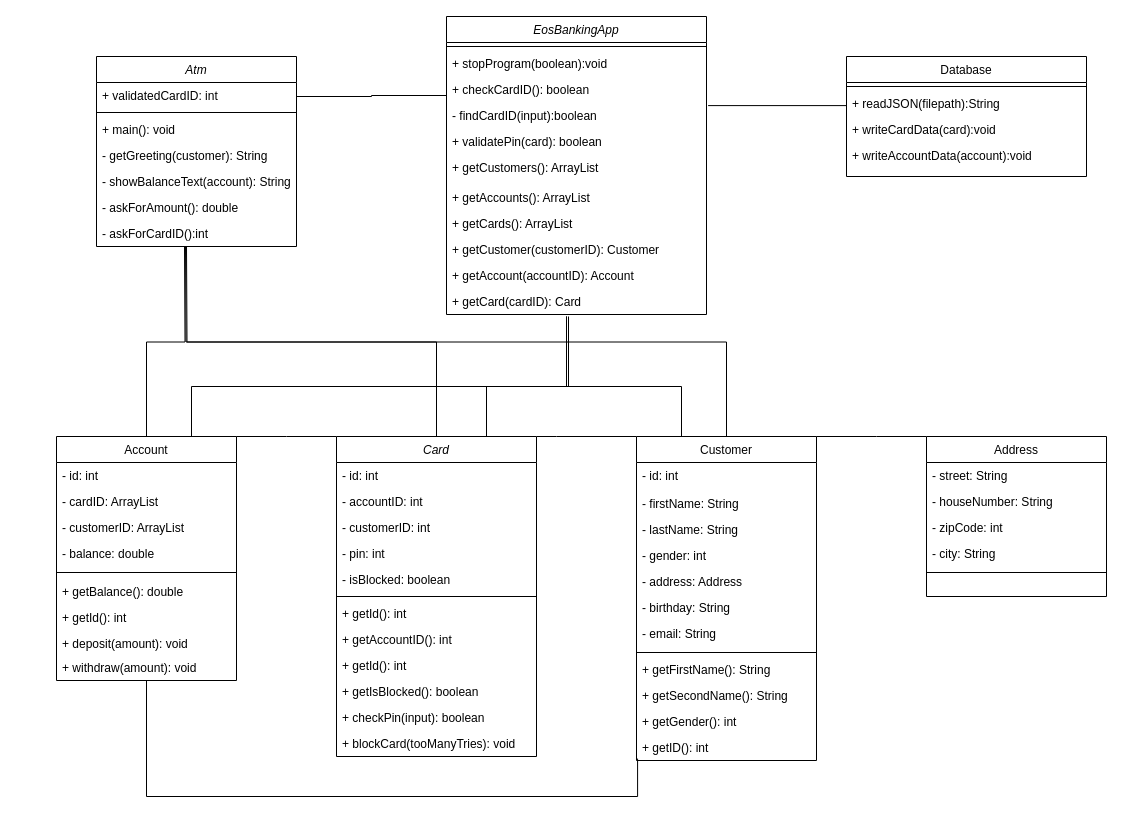
The draw.io diagram Bankautomat_Diagramm.drawio in DanielAuerX/Bankautomat, before the edit. Source tidied: cells renumbered, new cells numbered last; positions are measured from the earlier drawing's top-left corner, leaving out a move shared by most shapes. Both pictures are drawn from the tidied source at 100%, with x=0, y=0 at pixel (56, 16).
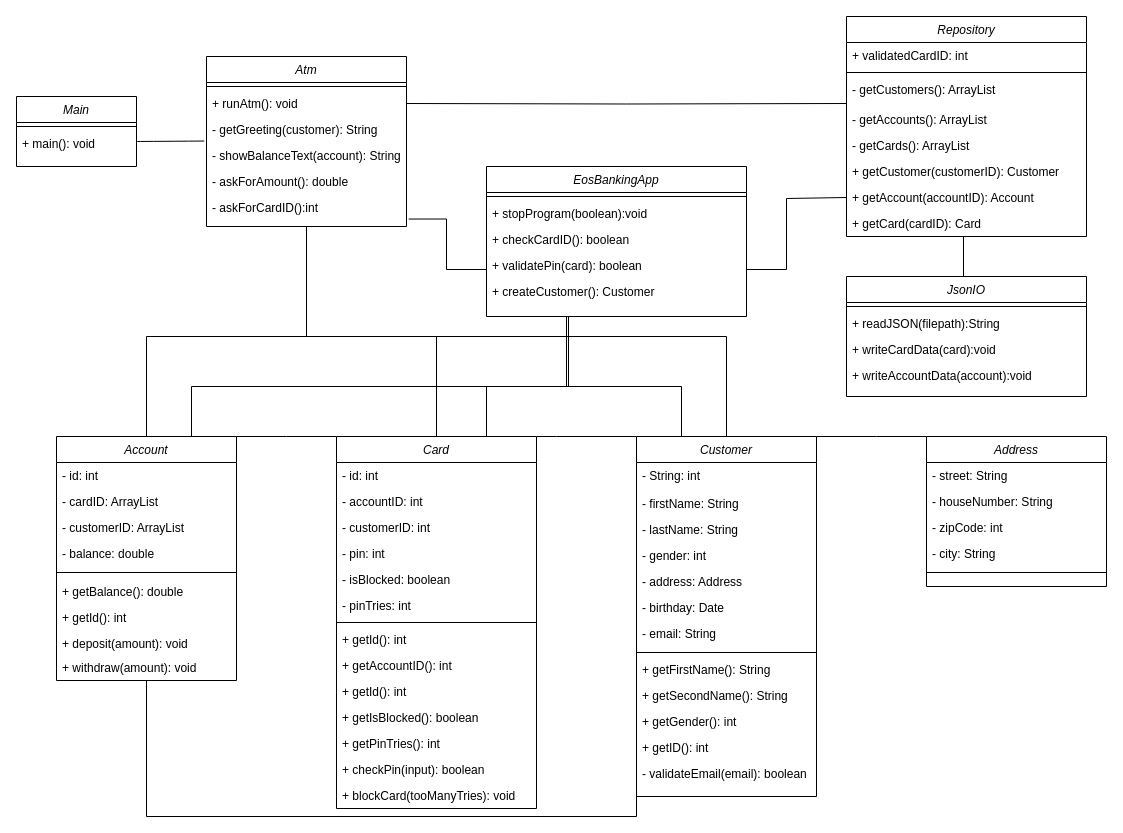
The same page after the edit.

Unchanged cells that the change refers to:
```xml
<mxCell id="5" value="+ checkCardID(): boolean" style="text;align=left;verticalAlign=top;spacingLeft=4;spacingRight=4;overflow=hidden;points=[[0,0.5],[1,0.5]];portConstraint=eastwest;" parent="2" vertex="1">
  <mxGeometry y="60" width="260" height="26" as="geometry" />
</mxCell>
<mxCell id="42" value="+ getID(): int" style="text;align=left;verticalAlign=top;spacingLeft=4;spacingRight=4;overflow=hidden;points=[[0,0.5],[1,0.5]];portConstraint=eastwest;" parent="30" vertex="1">
  <mxGeometry y="298" width="180" height="26" as="geometry" />
</mxCell>
```

Change to the diagram source:
```diff
@@
     <mxCell id="2" value="EosBankingApp" style="swimlane;fontStyle=2;align=center;verticalAlign=top;horizontal=1;startSize=26;rounded=0;shadow=0;strokeWidth=1;" parent="1" vertex="1">
-      <mxGeometry x="390" width="260" height="298" as="geometry" />
+      <mxGeometry x="430" y="150" width="260" height="150" as="geometry" />
     </mxCell>
@@
-    <mxCell id="6" value="- findCardID(input):boolean" style="text;align=left;verticalAlign=top;spacingLeft=4;spacingRight=4;overflow=hidden;" parent="2" vertex="1">
-      <mxGeometry y="86" width="260" height="26" as="geometry" />
-    </mxCell>
     <mxCell id="7" value="+ validatePin(card): boolean" style="text;align=left;verticalAlign=top;spacingLeft=4;spacingRight=4;overflow=hidden;" parent="2" vertex="1">
-      <mxGeometry y="112" width="260" height="26" as="geometry" />
+      <mxGeometry y="86" width="260" height="26" as="geometry" />
     </mxCell>
-    <mxCell id="8" value="+ getCustomers(): ArrayList" style="text;align=left;verticalAlign=top;spacingLeft=4;spacingRight=4;overflow=hidden;" parent="2" vertex="1">
-      <mxGeometry y="138" width="260" height="30" as="geometry" />
-    </mxCell>
-    <mxCell id="9" value="+ getAccounts(): ArrayList" style="text;align=left;verticalAlign=top;spacingLeft=4;spacingRight=4;overflow=hidden;" parent="2" vertex="1">
-      <mxGeometry y="168" width="260" height="26" as="geometry" />
-    </mxCell>
-    <mxCell id="10" value="+ getCards(): ArrayList" style="text;align=left;verticalAlign=top;spacingLeft=4;spacingRight=4;overflow=hidden;" parent="2" vertex="1">
-      <mxGeometry y="194" width="260" height="26" as="geometry" />
-    </mxCell>
-    <mxCell id="11" value="+ getCustomer(customerID): Customer" style="text;align=left;verticalAlign=top;spacingLeft=4;spacingRight=4;overflow=hidden;" parent="2" vertex="1">
-      <mxGeometry y="220" width="260" height="26" as="geometry" />
-    </mxCell>
-    <mxCell id="12" value="+ getAccount(accountID): Account" style="text;align=left;verticalAlign=top;spacingLeft=4;spacingRight=4;overflow=hidden;points=[[0,0.5],[1,0.5]];portConstraint=eastwest;" parent="2" vertex="1">
-      <mxGeometry y="246" width="260" height="26" as="geometry" />
-    </mxCell>
-    <mxCell id="13" value="+ getCard(cardID): Card" style="text;align=left;verticalAlign=top;spacingLeft=4;spacingRight=4;overflow=hidden;" parent="2" vertex="1">
-      <mxGeometry y="272" width="260" height="26" as="geometry" />
-    </mxCell>
+    <mxCell id="81" value="+ createCustomer(): Customer" style="text;align=left;verticalAlign=top;spacingLeft=4;spacingRight=4;overflow=hidden;" parent="2" vertex="1">
+      <mxGeometry y="112" width="260" height="26" as="geometry" />
+    </mxCell>
-    <mxCell id="14" style="edgeStyle=orthogonalEdgeStyle;rounded=0;jettySize=auto;html=1;entryX=0.006;entryY=0.927;entryDx=0;entryDy=0;entryPerimeter=0;endArrow=none;endFill=0;" parent="1" edge="1" source="17" target="42">
+    <mxCell id="14" style="edgeStyle=orthogonalEdgeStyle;rounded=0;jettySize=auto;html=1;endArrow=none;endFill=0;entryX=0;entryY=1.077;entryDx=0;entryDy=0;entryPerimeter=0;" parent="1" edge="1" source="17" target="82">
       <mxGeometry relative="1" as="geometry">
         <Array as="points">
-          <mxPoint x="90" y="780" />
-          <mxPoint x="581" y="780" />
+          <mxPoint x="90" y="800" />
+          <mxPoint x="580" y="800" />
         </Array>
       </mxGeometry>
     </mxCell>
-    <mxCell id="15" style="edgeStyle=orthogonalEdgeStyle;rounded=0;jettySize=auto;html=1;endArrow=none;endFill=0;" parent="1" edge="1" source="17">
+    <mxCell id="15" style="edgeStyle=orthogonalEdgeStyle;rounded=0;jettySize=auto;html=1;endArrow=none;endFill=0;entryX=0.5;entryY=1;entryDx=0;entryDy=0;" parent="1" edge="1" source="17" target="49">
       <mxGeometry relative="1" as="geometry">
-        <mxPoint x="128" y="230" as="targetPoint" />
+        <Array as="points">
+          <mxPoint x="90" y="320" />
+          <mxPoint x="250" y="320" />
+        </Array>
       </mxGeometry>
     </mxCell>
@@
-    <mxCell id="17" value="Account" style="swimlane;fontStyle=0;align=center;verticalAlign=top;horizontal=1;startSize=26;rounded=0;shadow=0;strokeWidth=1;" parent="1" vertex="1">
+    <mxCell id="17" value="Account" style="swimlane;fontStyle=2;align=center;verticalAlign=top;horizontal=1;startSize=26;rounded=0;shadow=0;strokeWidth=1;" parent="1" vertex="1">
       <mxGeometry y="420" width="180" height="244" as="geometry" />
     </mxCell>
@@
     <mxCell id="28" style="edgeStyle=orthogonalEdgeStyle;rounded=0;jettySize=auto;html=1;exitX=0.5;exitY=0;exitDx=0;exitDy=0;endArrow=none;endFill=0;" parent="1" edge="1" source="30">
       <mxGeometry relative="1" as="geometry">
-        <mxPoint x="130" y="230" as="targetPoint" />
+        <mxPoint x="250" y="210" as="targetPoint" />
+        <Array as="points">
+          <mxPoint x="670" y="320" />
+          <mxPoint x="250" y="320" />
+        </Array>
       </mxGeometry>
     </mxCell>
@@
-    <mxCell id="30" value="Customer" style="swimlane;fontStyle=0;align=center;verticalAlign=top;horizontal=1;startSize=26;rounded=0;shadow=0;strokeWidth=1;" parent="1" vertex="1">
-      <mxGeometry x="580" y="420" width="180" height="324" as="geometry" />
+    <mxCell id="30" value="Customer" style="swimlane;fontStyle=2;align=center;verticalAlign=top;horizontal=1;startSize=26;rounded=0;shadow=0;strokeWidth=1;" parent="1" vertex="1">
+      <mxGeometry x="580" y="420" width="180" height="360" as="geometry" />
     </mxCell>
-    <mxCell id="31" value="- id: int" style="text;align=left;verticalAlign=top;spacingLeft=4;spacingRight=4;overflow=hidden;" parent="30" vertex="1">
+    <mxCell id="31" value="- String: int" style="text;align=left;verticalAlign=top;spacingLeft=4;spacingRight=4;overflow=hidden;" parent="30" vertex="1">
       <mxGeometry y="26" width="180" height="28" as="geometry" />
     </mxCell>
@@
-    <mxCell id="36" value="- birthday: String" style="text;align=left;verticalAlign=top;spacingLeft=4;spacingRight=4;overflow=hidden;" parent="30" vertex="1">
+    <mxCell id="36" value="- birthday: Date" style="text;align=left;verticalAlign=top;spacingLeft=4;spacingRight=4;overflow=hidden;" parent="30" vertex="1">
       <mxGeometry y="158" width="180" height="26" as="geometry" />
     </mxCell>
@@
+    <mxCell id="82" value="- validateEmail(email): boolean" style="text;align=left;verticalAlign=top;spacingLeft=4;spacingRight=4;overflow=hidden;points=[[0,0.5],[1,0.5]];portConstraint=eastwest;" parent="30" vertex="1">
+      <mxGeometry y="324" width="180" height="26" as="geometry" />
+    </mxCell>
-    <mxCell id="43" style="edgeStyle=orthogonalEdgeStyle;rounded=0;jettySize=auto;html=1;exitX=0;exitY=0.5;exitDx=0;exitDy=0;entryX=1.006;entryY=0.89;entryDx=0;entryDy=0;entryPerimeter=0;endArrow=none;endFill=0;" parent="1" edge="1" source="46">
+    <mxCell id="43" style="edgeStyle=orthogonalEdgeStyle;rounded=0;jettySize=auto;html=1;exitX=0;exitY=0.5;exitDx=0;exitDy=0;endArrow=none;endFill=0;entryX=1;entryY=0.5;entryDx=0;entryDy=0;" parent="1" edge="1" target="52">
       <mxGeometry relative="1" as="geometry">
-        <mxPoint x="651.6" y="89.1" as="targetPoint" />
-        <Array as="points">
-          <mxPoint x="790" y="89" />
-        </Array>
+        <mxPoint x="790" y="87" as="sourcePoint" />
       </mxGeometry>
     </mxCell>
-    <mxCell id="44" value="Database" style="swimlane;fontStyle=0;align=center;verticalAlign=top;horizontal=1;startSize=26;rounded=0;shadow=0;strokeWidth=1;" parent="1" vertex="1">
-      <mxGeometry x="790" y="40" width="240" height="120" as="geometry" />
+    <mxCell id="44" value="Repository" style="swimlane;fontStyle=2;align=center;verticalAlign=top;horizontal=1;startSize=26;rounded=0;shadow=0;strokeWidth=1;" parent="1" vertex="1">
+      <mxGeometry x="790" width="240" height="220" as="geometry" />
     </mxCell>
+    <mxCell id="50" value="+ validatedCardID: int" style="text;align=left;verticalAlign=top;spacingLeft=4;spacingRight=4;overflow=hidden;" parent="44" vertex="1">
+      <mxGeometry y="26" width="240" height="26" as="geometry" />
+    </mxCell>
     <mxCell id="45" style="line;html=1;strokeWidth=1;align=left;verticalAlign=middle;spacingTop=-1;spacingLeft=3;spacingRight=3;labelPosition=right;" parent="44" vertex="1">
-      <mxGeometry y="26" width="240" height="8" as="geometry" />
+      <mxGeometry y="52" width="240" height="8" as="geometry" />
     </mxCell>
-    <mxCell id="46" value="+ readJSON(filepath):String" style="text;align=left;verticalAlign=top;spacingLeft=4;spacingRight=4;overflow=hidden;points=[[0,0.5],[1,0.5]];portConstraint=eastwest;" parent="44" vertex="1">
-      <mxGeometry y="34" width="240" height="26" as="geometry" />
-    </mxCell>
-    <mxCell id="47" value="+ writeCardData(card):void" style="text;align=left;verticalAlign=top;spacingLeft=4;spacingRight=4;overflow=hidden;" parent="44" vertex="1">
-      <mxGeometry y="60" width="240" height="26" as="geometry" />
-    </mxCell>
-    <mxCell id="48" value="+ writeAccountData(account):void" style="text;align=left;verticalAlign=top;spacingLeft=4;spacingRight=4;overflow=hidden;" parent="44" vertex="1">
-      <mxGeometry y="86" width="240" height="26" as="geometry" />
-    </mxCell>
+    <mxCell id="8" value="- getCustomers(): ArrayList" style="text;align=left;verticalAlign=top;spacingLeft=4;spacingRight=4;overflow=hidden;" parent="44" vertex="1">
+      <mxGeometry y="60" width="240" height="30" as="geometry" />
+    </mxCell>
+    <mxCell id="9" value="- getAccounts(): ArrayList" style="text;align=left;verticalAlign=top;spacingLeft=4;spacingRight=4;overflow=hidden;" parent="44" vertex="1">
+      <mxGeometry y="90" width="240" height="26" as="geometry" />
+    </mxCell>
+    <mxCell id="10" value="- getCards(): ArrayList" style="text;align=left;verticalAlign=top;spacingLeft=4;spacingRight=4;overflow=hidden;" parent="44" vertex="1">
+      <mxGeometry y="116" width="240" height="26" as="geometry" />
+    </mxCell>
+    <mxCell id="11" value="+ getCustomer(customerID): Customer" style="text;align=left;verticalAlign=top;spacingLeft=4;spacingRight=4;overflow=hidden;" parent="44" vertex="1">
+      <mxGeometry y="142" width="240" height="26" as="geometry" />
+    </mxCell>
+    <mxCell id="12" value="+ getAccount(accountID): Account" style="text;align=left;verticalAlign=top;spacingLeft=4;spacingRight=4;overflow=hidden;points=[[0,0.5],[1,0.5]];portConstraint=eastwest;" parent="44" vertex="1">
+      <mxGeometry y="168" width="240" height="26" as="geometry" />
+    </mxCell>
+    <mxCell id="13" value="+ getCard(cardID): Card" style="text;align=left;verticalAlign=top;spacingLeft=4;spacingRight=4;overflow=hidden;" parent="44" vertex="1">
+      <mxGeometry y="194" width="240" height="26" as="geometry" />
+    </mxCell>
     <mxCell id="49" value="Atm" style="swimlane;fontStyle=2;align=center;verticalAlign=top;horizontal=1;startSize=26;rounded=0;shadow=0;strokeWidth=1;" parent="1" vertex="1">
-      <mxGeometry x="40" y="40" width="200" height="190" as="geometry" />
+      <mxGeometry x="150" y="40" width="200" height="170" as="geometry" />
     </mxCell>
-    <mxCell id="50" value="+ validatedCardID: int" style="text;align=left;verticalAlign=top;spacingLeft=4;spacingRight=4;overflow=hidden;" parent="49" vertex="1">
-      <mxGeometry y="26" width="200" height="26" as="geometry" />
-    </mxCell>
     <mxCell id="51" style="line;html=1;strokeWidth=1;align=left;verticalAlign=middle;spacingTop=-1;spacingLeft=3;spacingRight=3;labelPosition=right;" parent="49" vertex="1">
-      <mxGeometry y="52" width="200" height="8" as="geometry" />
+      <mxGeometry y="26" width="200" height="8" as="geometry" />
     </mxCell>
-    <mxCell id="52" value="+ main(): void" style="text;align=left;verticalAlign=top;spacingLeft=4;spacingRight=4;overflow=hidden;points=[[0,0.5],[1,0.5]];portConstraint=eastwest;" parent="49" vertex="1">
-      <mxGeometry y="60" width="200" height="26" as="geometry" />
+    <mxCell id="52" value="+ runAtm(): void" style="text;align=left;verticalAlign=top;spacingLeft=4;spacingRight=4;overflow=hidden;points=[[0,0.5],[1,0.5]];portConstraint=eastwest;" parent="49" vertex="1">
+      <mxGeometry y="34" width="200" height="26" as="geometry" />
     </mxCell>
     <mxCell id="53" value="- getGreeting(customer): String" style="text;align=left;verticalAlign=top;spacingLeft=4;spacingRight=4;overflow=hidden;" parent="49" vertex="1">
-      <mxGeometry y="86" width="200" height="26" as="geometry" />
+      <mxGeometry y="60" width="200" height="26" as="geometry" />
     </mxCell>
     <mxCell id="54" value="- showBalanceText(account): String" style="text;align=left;verticalAlign=top;spacingLeft=4;spacingRight=4;overflow=hidden;points=[[0,0.5],[1,0.5]];portConstraint=eastwest;" parent="49" vertex="1">
-      <mxGeometry y="112" width="200" height="26" as="geometry" />
+      <mxGeometry y="86" width="200" height="26" as="geometry" />
     </mxCell>
     <mxCell id="55" value="- askForAmount(): double" style="text;align=left;verticalAlign=top;spacingLeft=4;spacingRight=4;overflow=hidden;" parent="49" vertex="1">
-      <mxGeometry y="138" width="200" height="26" as="geometry" />
+      <mxGeometry y="112" width="200" height="26" as="geometry" />
     </mxCell>
     <mxCell id="56" value="- askForCardID():int" style="text;align=left;verticalAlign=top;spacingLeft=4;spacingRight=4;overflow=hidden;points=[[0,0.5],[1,0.5]];portConstraint=eastwest;" parent="49" vertex="1">
-      <mxGeometry y="164" width="200" height="26" as="geometry" />
+      <mxGeometry y="138" width="200" height="26" as="geometry" />
     </mxCell>
@@
     <mxCell id="58" style="edgeStyle=orthogonalEdgeStyle;rounded=0;jettySize=auto;html=1;exitX=0.5;exitY=0;exitDx=0;exitDy=0;endArrow=none;endFill=0;" parent="1" edge="1" source="60">
       <mxGeometry relative="1" as="geometry">
-        <mxPoint x="129" y="230" as="targetPoint" />
+        <mxPoint x="250" y="210" as="targetPoint" />
+        <Array as="points">
+          <mxPoint x="380" y="320" />
+          <mxPoint x="250" y="320" />
+        </Array>
       </mxGeometry>
     </mxCell>
@@
     <mxCell id="60" value="Card" style="swimlane;fontStyle=2;align=center;verticalAlign=top;horizontal=1;startSize=26;rounded=0;shadow=0;strokeWidth=1;" parent="1" vertex="1">
-      <mxGeometry x="280" y="420" width="200" height="320" as="geometry" />
+      <mxGeometry x="280" y="420" width="200" height="372" as="geometry" />
     </mxCell>
@@
+    <mxCell id="83" value="- isBlocked: boolean" style="text;align=left;verticalAlign=top;spacingLeft=4;spacingRight=4;overflow=hidden;" parent="60" vertex="1">
+      <mxGeometry y="130" width="200" height="26" as="geometry" />
+    </mxCell>
-    <mxCell id="65" value="- isBlocked: boolean" style="text;align=left;verticalAlign=top;spacingLeft=4;spacingRight=4;overflow=hidden;" parent="60" vertex="1">
-      <mxGeometry y="130" width="200" height="26" as="geometry" />
+    <mxCell id="65" value="- pinTries: int" style="text;align=left;verticalAlign=top;spacingLeft=4;spacingRight=4;overflow=hidden;" parent="60" vertex="1">
+      <mxGeometry y="156" width="200" height="26" as="geometry" />
     </mxCell>
     <mxCell id="66" style="line;html=1;strokeWidth=1;align=left;verticalAlign=middle;spacingTop=-1;spacingLeft=3;spacingRight=3;labelPosition=right;" parent="60" vertex="1">
-      <mxGeometry y="156" width="200" height="8" as="geometry" />
+      <mxGeometry y="182" width="200" height="8" as="geometry" />
     </mxCell>
     <mxCell id="67" value="+ getId(): int" style="text;align=left;verticalAlign=top;spacingLeft=4;spacingRight=4;overflow=hidden;" parent="60" vertex="1">
-      <mxGeometry y="164" width="200" height="26" as="geometry" />
+      <mxGeometry y="190" width="200" height="26" as="geometry" />
     </mxCell>
     <mxCell id="68" value="+ getAccountID(): int" style="text;align=left;verticalAlign=top;spacingLeft=4;spacingRight=4;overflow=hidden;" parent="60" vertex="1">
-      <mxGeometry y="190" width="200" height="26" as="geometry" />
+      <mxGeometry y="216" width="200" height="26" as="geometry" />
     </mxCell>
     <mxCell id="69" value="+ getId(): int" style="text;align=left;verticalAlign=top;spacingLeft=4;spacingRight=4;overflow=hidden;" parent="60" vertex="1">
-      <mxGeometry y="216" width="200" height="26" as="geometry" />
+      <mxGeometry y="242" width="200" height="26" as="geometry" />
     </mxCell>
     <mxCell id="70" value="+ getIsBlocked(): boolean" style="text;align=left;verticalAlign=top;spacingLeft=4;spacingRight=4;overflow=hidden;" parent="60" vertex="1">
-      <mxGeometry y="242" width="200" height="26" as="geometry" />
+      <mxGeometry y="268" width="200" height="26" as="geometry" />
     </mxCell>
+    <mxCell id="72" value="+ getPinTries(): int" style="text;align=left;verticalAlign=top;spacingLeft=4;spacingRight=4;overflow=hidden;" parent="60" vertex="1">
+      <mxGeometry y="294" width="200" height="26" as="geometry" />
+    </mxCell>
     <mxCell id="71" value="+ checkPin(input): boolean" style="text;align=left;verticalAlign=top;spacingLeft=4;spacingRight=4;overflow=hidden;" parent="60" vertex="1">
-      <mxGeometry y="268" width="200" height="26" as="geometry" />
+      <mxGeometry y="320" width="200" height="26" as="geometry" />
     </mxCell>
-    <mxCell id="72" value="+ blockCard(tooManyTries): void" style="text;align=left;verticalAlign=top;spacingLeft=4;spacingRight=4;overflow=hidden;" parent="60" vertex="1">
-      <mxGeometry y="294" width="200" height="26" as="geometry" />
-    </mxCell>
+    <mxCell id="84" value="+ blockCard(tooManyTries): void" style="text;align=left;verticalAlign=top;spacingLeft=4;spacingRight=4;overflow=hidden;" parent="60" vertex="1">
+      <mxGeometry y="346" width="200" height="26" as="geometry" />
+    </mxCell>
@@
-    <mxCell id="74" value="Address" style="swimlane;fontStyle=0;align=center;verticalAlign=top;horizontal=1;startSize=26;rounded=0;shadow=0;strokeWidth=1;" parent="1" vertex="1">
-      <mxGeometry x="870" y="420" width="180" height="160" as="geometry" />
+    <mxCell id="74" value="Address" style="swimlane;fontStyle=2;align=center;verticalAlign=top;horizontal=1;startSize=26;rounded=0;shadow=0;strokeWidth=1;" parent="1" vertex="1">
+      <mxGeometry x="870" y="420" width="180" height="150" as="geometry" />
     </mxCell>
@@
-    <mxCell id="80" style="edgeStyle=orthogonalEdgeStyle;rounded=0;jettySize=auto;html=1;exitX=0;exitY=0.5;exitDx=0;exitDy=0;entryX=1;entryY=0.5;entryDx=0;entryDy=0;endArrow=none;endFill=0;" parent="1" edge="1" target="52">
+    <mxCell id="80" style="edgeStyle=orthogonalEdgeStyle;rounded=0;jettySize=auto;html=1;entryX=1.011;entryY=0.944;entryDx=0;entryDy=0;endArrow=none;endFill=0;entryPerimeter=0;exitX=0;exitY=0.5;exitDx=0;exitDy=0;" parent="1" edge="1" source="5" target="56">
       <mxGeometry relative="1" as="geometry">
-        <mxPoint x="390" y="79" as="sourcePoint" />
         <Array as="points">
-          <mxPoint x="315" y="79" />
-          <mxPoint x="315" y="80" />
-          <mxPoint x="240" y="80" />
+          <mxPoint x="390" y="253" />
+          <mxPoint x="390" y="202" />
         </Array>
       </mxGeometry>
     </mxCell>
+    <mxCell id="85" value="JsonIO" style="swimlane;fontStyle=2;align=center;verticalAlign=top;horizontal=1;startSize=26;rounded=0;shadow=0;strokeWidth=1;" parent="1" vertex="1">
+      <mxGeometry x="790" y="260" width="240" height="120" as="geometry" />
+    </mxCell>
+    <mxCell id="86" style="line;html=1;strokeWidth=1;align=left;verticalAlign=middle;spacingTop=-1;spacingLeft=3;spacingRight=3;labelPosition=right;" parent="85" vertex="1">
+      <mxGeometry y="26" width="240" height="8" as="geometry" />
+    </mxCell>
+    <mxCell id="46" value="+ readJSON(filepath):String" style="text;align=left;verticalAlign=top;spacingLeft=4;spacingRight=4;overflow=hidden;points=[[0,0.5],[1,0.5]];portConstraint=eastwest;" parent="85" vertex="1">
+      <mxGeometry y="34" width="240" height="26" as="geometry" />
+    </mxCell>
+    <mxCell id="47" value="+ writeCardData(card):void" style="text;align=left;verticalAlign=top;spacingLeft=4;spacingRight=4;overflow=hidden;" parent="85" vertex="1">
+      <mxGeometry y="60" width="240" height="26" as="geometry" />
+    </mxCell>
+    <mxCell id="48" value="+ writeAccountData(account):void" style="text;align=left;verticalAlign=top;spacingLeft=4;spacingRight=4;overflow=hidden;" parent="85" vertex="1">
+      <mxGeometry y="86" width="240" height="26" as="geometry" />
+    </mxCell>
+    <mxCell id="87" style="edgeStyle=orthogonalEdgeStyle;rounded=0;orthogonalLoop=1;jettySize=auto;html=1;endArrow=none;endFill=0;" parent="1" edge="1">
+      <mxGeometry relative="1" as="geometry">
+        <mxPoint x="900" y="220" as="sourcePoint" />
+        <mxPoint x="910" y="260" as="targetPoint" />
+        <Array as="points">
+          <mxPoint x="907" y="220" />
+          <mxPoint x="907" y="260" />
+        </Array>
+      </mxGeometry>
+    </mxCell>
+    <mxCell id="88" style="edgeStyle=orthogonalEdgeStyle;rounded=0;jettySize=auto;html=1;entryX=1;entryY=0.5;entryDx=0;entryDy=0;endArrow=none;endFill=0;exitX=0;exitY=0.5;exitDx=0;exitDy=0;" parent="1" edge="1" source="12" target="5">
+      <mxGeometry relative="1" as="geometry">
+        <Array as="points">
+          <mxPoint x="730" y="182" />
+          <mxPoint x="730" y="253" />
+        </Array>
+      </mxGeometry>
+    </mxCell>
+    <mxCell id="89" value="Main" style="swimlane;fontStyle=2;align=center;verticalAlign=top;horizontal=1;startSize=26;rounded=0;shadow=0;strokeWidth=1;" parent="1" vertex="1">
+      <mxGeometry x="-40" y="80" width="120" height="70" as="geometry" />
+    </mxCell>
+    <mxCell id="90" style="line;html=1;strokeWidth=1;align=left;verticalAlign=middle;spacingTop=-1;spacingLeft=3;spacingRight=3;labelPosition=right;" parent="89" vertex="1">
+      <mxGeometry y="26" width="120" height="8" as="geometry" />
+    </mxCell>
+    <mxCell id="91" value="+ main(): void" style="text;align=left;verticalAlign=top;spacingLeft=4;spacingRight=4;overflow=hidden;" parent="89" vertex="1">
+      <mxGeometry y="34" width="120" height="26" as="geometry" />
+    </mxCell>
+    <mxCell id="92" style="edgeStyle=none;jettySize=auto;html=1;rounded=0;endArrow=none;startSize=14;endSize=14;sourcePerimeterSpacing=8;targetPerimeterSpacing=8;curved=1;endFill=0;entryX=-0.011;entryY=-0.056;entryDx=0;entryDy=0;entryPerimeter=0;" parent="1" edge="1" target="54">
+      <mxGeometry relative="1" as="geometry">
+        <mxPoint x="80" y="125" as="sourcePoint" />
+      </mxGeometry>
+    </mxCell>
```
